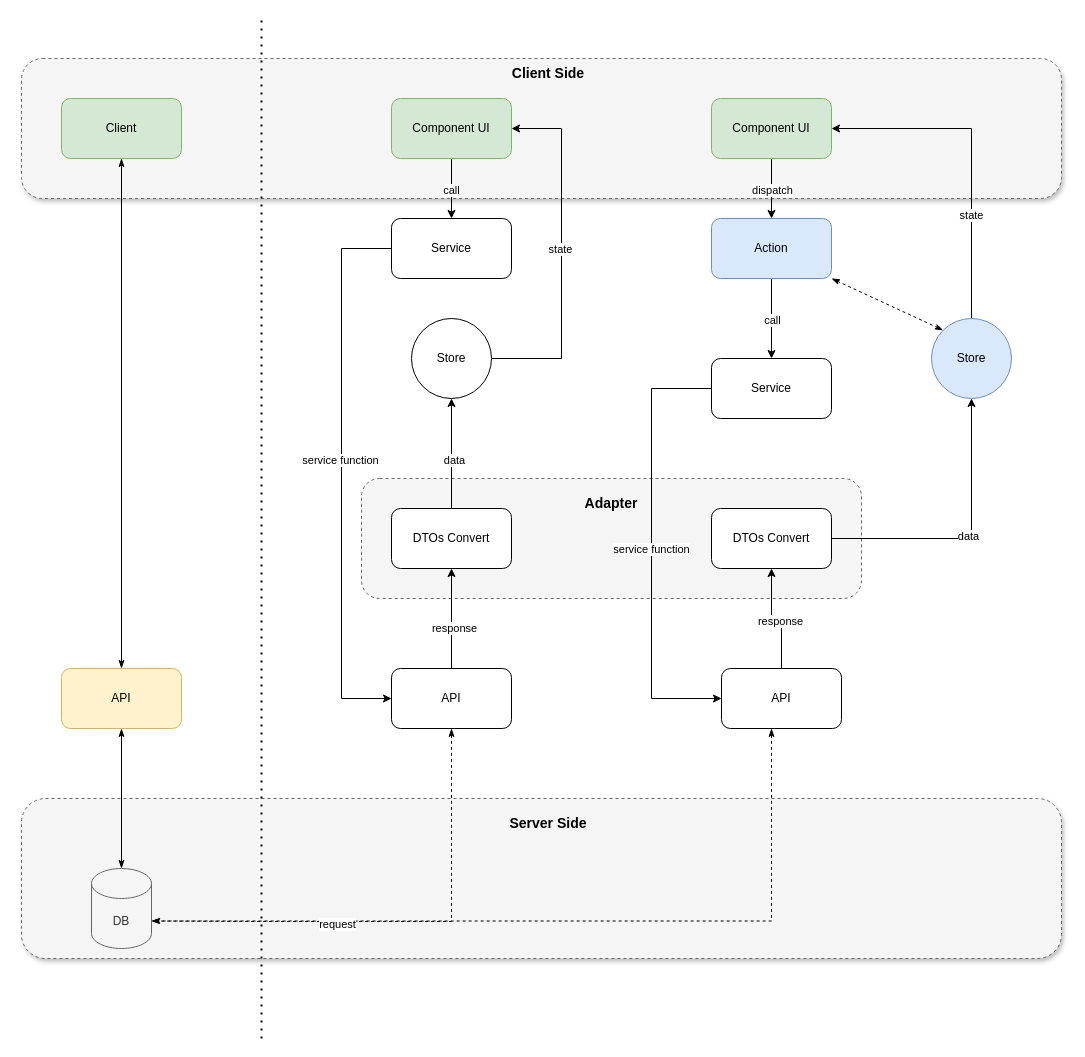
GitHubJiKe/drawio-assets keeps this draw.io diagram as assets/架构.drawio. Above is the earlier version. Source tidied: cells renumbered, new cells numbered last; positions are measured from the earlier drawing's top-left corner, leaving out a move shared by most shapes. Both pictures are drawn from the tidied source at 100%, with x=0, y=0 at pixel (21, 18).
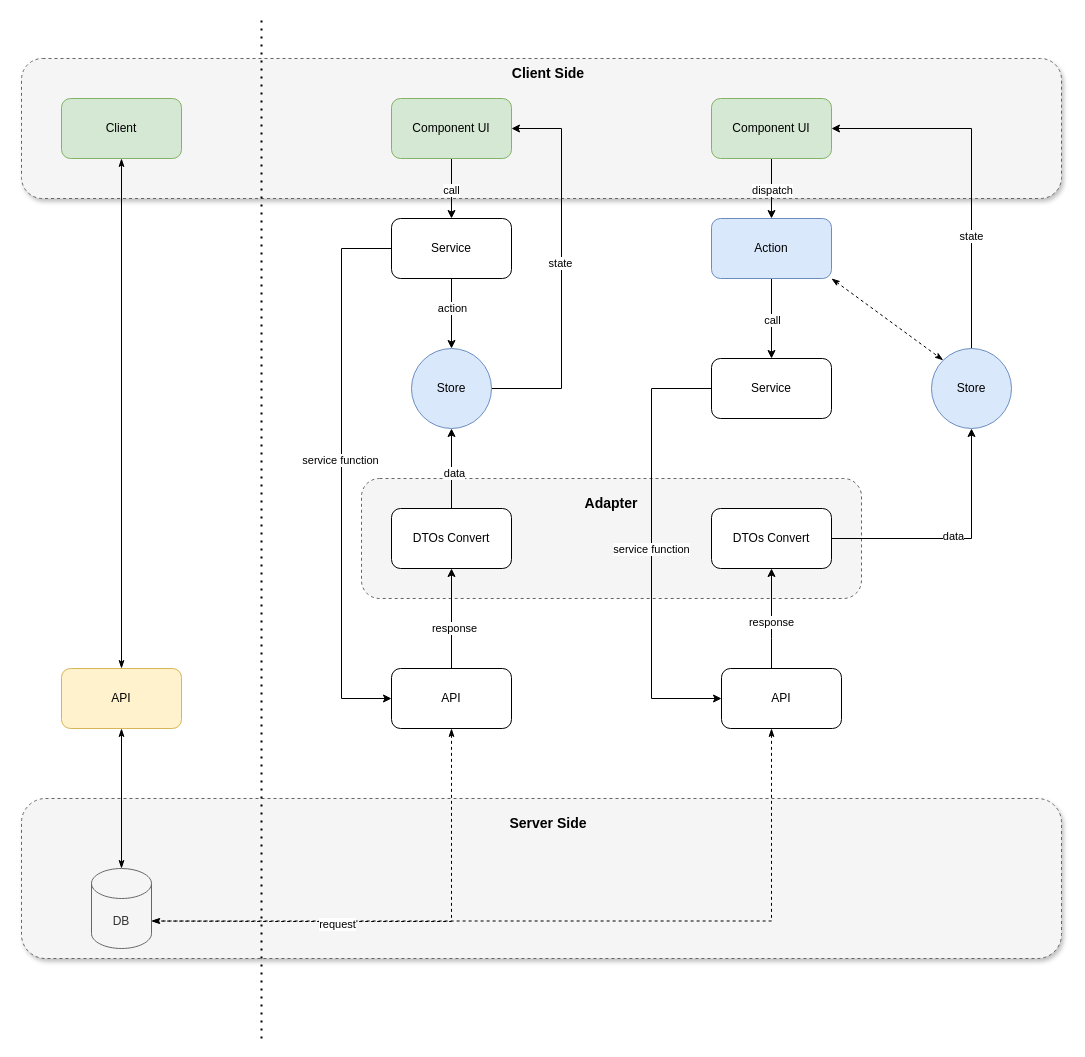
The same diagram, later.

Unchanged cells that the change refers to:
```xml
<mxCell id="12" value="Component UI" style="rounded=1;whiteSpace=wrap;html=1;fillColor=#d5e8d4;strokeColor=#82b366;" parent="1" vertex="1">
  <mxGeometry x="370" y="80" width="120" height="60" as="geometry" />
</mxCell>
<mxCell id="24" value="Service" style="rounded=1;whiteSpace=wrap;html=1;" parent="1" vertex="1">
  <mxGeometry x="370" y="200" width="120" height="60" as="geometry" />
</mxCell>
<mxCell id="39" value="DTOs Convert" style="rounded=1;whiteSpace=wrap;html=1;" parent="1" vertex="1">
  <mxGeometry x="690" y="490" width="120" height="60" as="geometry" />
</mxCell>
<mxCell id="42" value="API" style="rounded=1;whiteSpace=wrap;html=1;" parent="1" vertex="1">
  <mxGeometry x="700" y="650" width="120" height="60" as="geometry" />
</mxCell>
```

Change to the diagram source:
```diff
@@
     <mxCell id="13" style="edgeStyle=orthogonalEdgeStyle;rounded=0;jettySize=auto;html=1;entryX=1;entryY=0.5;entryDx=0;entryDy=0;flowAnimation=1;" parent="1" edge="1" source="15" target="12">
       <mxGeometry relative="1" as="geometry">
         <Array as="points">
-          <mxPoint x="540" y="340" />
+          <mxPoint x="540" y="370" />
           <mxPoint x="540" y="110" />
         </Array>
       </mxGeometry>
     </mxCell>
@@
-    <mxCell id="15" value="Store" style="ellipse;whiteSpace=wrap;html=1;" parent="1" vertex="1">
-      <mxGeometry x="390" y="300" width="80" height="80" as="geometry" />
+    <mxCell id="15" value="Store" style="ellipse;whiteSpace=wrap;html=1;fillColor=#dae8fc;strokeColor=#6c8ebf;" parent="1" vertex="1">
+      <mxGeometry x="390" y="330" width="80" height="80" as="geometry" />
     </mxCell>
@@
+    <mxCell id="51" style="edgeStyle=orthogonalEdgeStyle;rounded=0;jettySize=auto;html=1;entryX=0.5;entryY=0;entryDx=0;entryDy=0;flowAnimation=1;" parent="1" edge="1" source="24" target="15">
+      <mxGeometry relative="1" as="geometry" />
+    </mxCell>
+    <mxCell id="52" value="action" style="edgeLabel;html=1;align=center;verticalAlign=middle;" parent="51" vertex="1">
+      <mxGeometry x="-0.37" y="-1" relative="1" as="geometry">
+        <mxPoint x="1" y="7" as="offset" />
+      </mxGeometry>
+    </mxCell>
@@
     <mxCell id="40" style="edgeStyle=orthogonalEdgeStyle;rounded=0;jettySize=auto;html=1;entryX=0.5;entryY=1;entryDx=0;entryDy=0;flowAnimation=1;" parent="1" edge="1" source="42" target="39">
-      <mxGeometry relative="1" as="geometry" />
+      <mxGeometry relative="1" as="geometry">
+        <Array as="points">
+          <mxPoint x="750" y="620" />
+          <mxPoint x="750" y="620" />
+        </Array>
+      </mxGeometry>
     </mxCell>
@@
     <mxCell id="47" value="Store" style="ellipse;whiteSpace=wrap;html=1;fillColor=#dae8fc;strokeColor=#6c8ebf;" parent="1" vertex="1">
-      <mxGeometry x="910" y="300" width="80" height="80" as="geometry" />
+      <mxGeometry x="910" y="330" width="80" height="80" as="geometry" />
     </mxCell>
```
